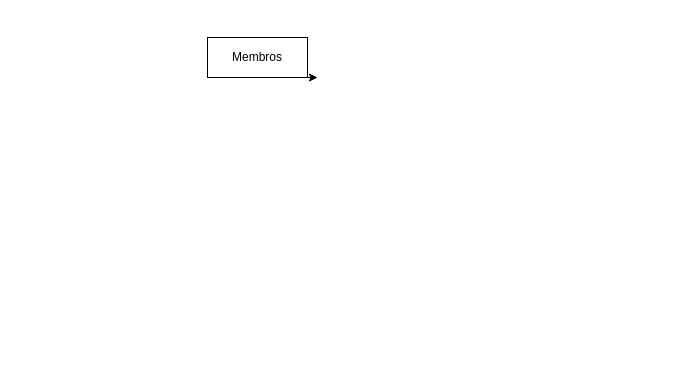
The draw.io diagram Desenho_banco.drawio in radsrei/PAC-5---Veteran, before the edit. Source tidied: cells renumbered, new cells numbered last; positions are measured from the earlier drawing's top-left corner, leaving out a move shared by most shapes. Both pictures are drawn from the tidied source at 100%, with x=0, y=0 at pixel (207, 37).
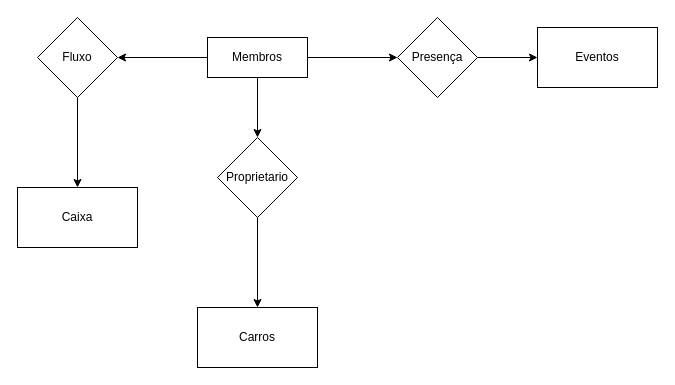
The same page after the edit.

What changed in the source:
```diff
@@
 <mxGraphModel>
   <root>
     <mxCell id="0" />
     <mxCell id="1" parent="0" />
-    <mxCell id="2" style="edgeStyle=orthogonalEdgeStyle;rounded=0;jettySize=auto;html=1;exitX=0.75;exitY=1;exitDx=0;exitDy=0;" parent="1" edge="1" source="3">
-      <mxGeometry relative="1" as="geometry">
-        <mxPoint x="110" y="40" as="targetPoint" />
-      </mxGeometry>
-    </mxCell>
+    <mxCell id="4" style="edgeStyle=orthogonalEdgeStyle;rounded=0;jettySize=auto;html=1;" parent="1" edge="1" source="3" target="8">
+      <mxGeometry relative="1" as="geometry" />
+    </mxCell>
+    <mxCell id="5" style="edgeStyle=orthogonalEdgeStyle;rounded=0;jettySize=auto;html=1;" parent="1" edge="1" source="3" target="11">
+      <mxGeometry relative="1" as="geometry" />
+    </mxCell>
+    <mxCell id="6" style="edgeStyle=orthogonalEdgeStyle;rounded=0;jettySize=auto;html=1;" parent="1" edge="1" source="3" target="14">
+      <mxGeometry relative="1" as="geometry" />
+    </mxCell>
     <mxCell id="3" value="Membros" style="whiteSpace=wrap;html=1;align=center;" parent="1" vertex="1">
       <mxGeometry width="100" height="40" as="geometry" />
     </mxCell>
+    <mxCell id="7" style="edgeStyle=orthogonalEdgeStyle;rounded=0;jettySize=auto;html=1;" parent="1" edge="1" source="8" target="9">
+      <mxGeometry relative="1" as="geometry" />
+    </mxCell>
+    <mxCell id="8" value="Proprietario" style="rhombus;whiteSpace=wrap;html=1;" parent="1" vertex="1">
+      <mxGeometry x="10" y="100" width="80" height="80" as="geometry" />
+    </mxCell>
+    <mxCell id="9" value="Carros" style="whiteSpace=wrap;html=1;" parent="1" vertex="1">
+      <mxGeometry x="-10" y="270" width="120" height="60" as="geometry" />
+    </mxCell>
+    <mxCell id="10" style="edgeStyle=orthogonalEdgeStyle;rounded=0;jettySize=auto;html=1;" parent="1" edge="1" source="11" target="12">
+      <mxGeometry relative="1" as="geometry" />
+    </mxCell>
+    <mxCell id="11" value="Presença" style="rhombus;whiteSpace=wrap;html=1;" parent="1" vertex="1">
+      <mxGeometry x="190" y="-20" width="80" height="80" as="geometry" />
+    </mxCell>
+    <mxCell id="12" value="Eventos" style="whiteSpace=wrap;html=1;" parent="1" vertex="1">
+      <mxGeometry x="330" y="-10" width="120" height="60" as="geometry" />
+    </mxCell>
+    <mxCell id="13" style="edgeStyle=orthogonalEdgeStyle;rounded=0;jettySize=auto;html=1;" parent="1" edge="1" source="14" target="15">
+      <mxGeometry relative="1" as="geometry" />
+    </mxCell>
+    <mxCell id="14" value="Fluxo" style="rhombus;whiteSpace=wrap;html=1;" parent="1" vertex="1">
+      <mxGeometry x="-170" y="-20" width="80" height="80" as="geometry" />
+    </mxCell>
+    <mxCell id="15" value="Caixa" style="whiteSpace=wrap;html=1;" parent="1" vertex="1">
+      <mxGeometry x="-190" y="150" width="120" height="60" as="geometry" />
+    </mxCell>
   </root>
 </mxGraphModel>
```
